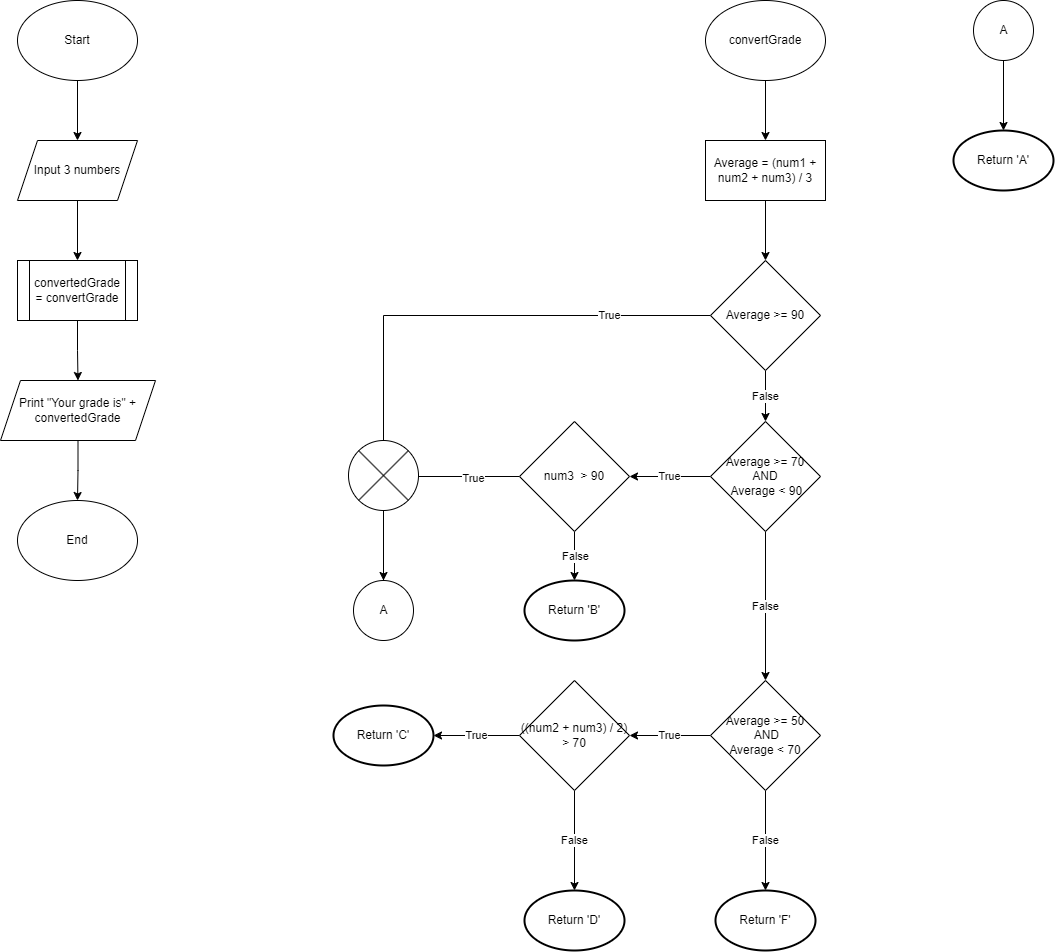
skaarfundgandr/CC-COMPPROG11 keeps this draw.io diagram as C Programming/grade_conversion/grade_conversion.drawio.png. Above is the earlier version. Source tidied: cells renumbered, new cells last; positions are measured from the earlier drawing's top-left corner, leaving out a move shared by most shapes.
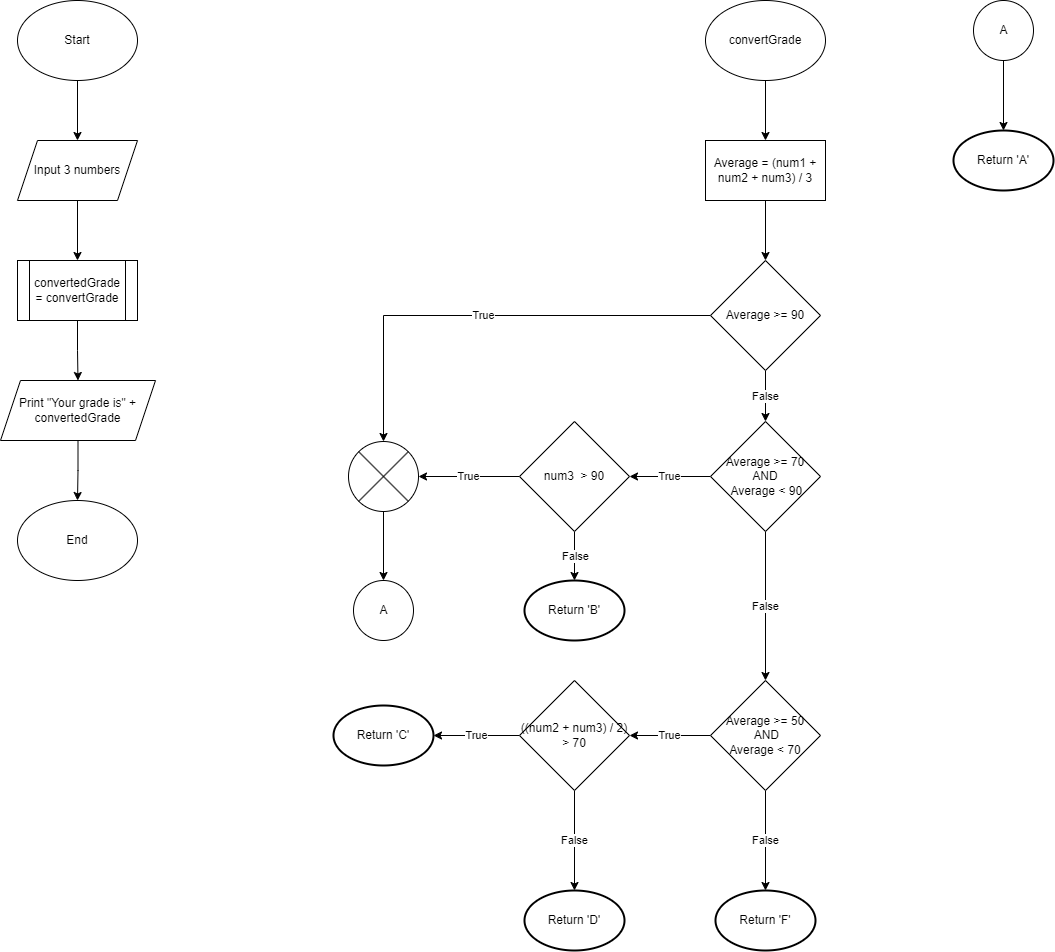
The same diagram one commit later.

The edit, as a diff of the source:
```diff
@@ -59,21 +59,14 @@
     <mxCell id="20" value="Average &amp;gt;= 50&lt;br&gt;&amp;nbsp;AND&lt;br&gt;Average &amp;lt; 70" style="rhombus;whiteSpace=wrap;html=1;" parent="1" vertex="1">
       <mxGeometry x="710" y="680" width="110" height="110" as="geometry" />
     </mxCell>
-    <mxCell id="21" style="edgeStyle=orthogonalEdgeStyle;rounded=0;jettySize=auto;html=1;entryX=0.5;entryY=1;entryDx=0;entryDy=0;entryPerimeter=0;" parent="1" edge="1" source="24" target="32">
-      <mxGeometry relative="1" as="geometry">
-        <Array as="points">
-          <mxPoint x="383" y="476" />
-        </Array>
-      </mxGeometry>
-    </mxCell>
-    <mxCell id="22" value="True" style="edgeLabel;html=1;align=center;verticalAlign=middle;" parent="21" vertex="1">
-      <mxGeometry x="-0.69" y="1" relative="1" as="geometry" />
-    </mxCell>
     <mxCell id="23" value="False" style="edgeStyle=orthogonalEdgeStyle;rounded=0;jettySize=auto;html=1;" parent="1" edge="1" source="24">
       <mxGeometry relative="1" as="geometry">
         <mxPoint x="574" y="580" as="targetPoint" />
       </mxGeometry>
     </mxCell>
+    <mxCell id="41" value="True" style="edgeStyle=orthogonalEdgeStyle;rounded=0;jettySize=auto;html=1;" parent="1" edge="1" source="24" target="40">
+      <mxGeometry relative="1" as="geometry" />
+    </mxCell>
     <mxCell id="24" value="num3&amp;nbsp; &amp;gt; 90" style="rhombus;whiteSpace=wrap;html=1;" parent="1" vertex="1">
       <mxGeometry x="519" y="421" width="110" height="110" as="geometry" />
     </mxCell>
@@ -89,12 +82,9 @@
     <mxCell id="28" value="False" style="edgeStyle=orthogonalEdgeStyle;rounded=0;jettySize=auto;html=1;" parent="1" edge="1" source="31" target="27">
       <mxGeometry relative="1" as="geometry" />
     </mxCell>
-    <mxCell id="29" style="edgeStyle=orthogonalEdgeStyle;rounded=0;jettySize=auto;html=1;" parent="1" edge="1" source="31" target="32">
-      <mxGeometry relative="1" as="geometry" />
-    </mxCell>
-    <mxCell id="30" value="True" style="edgeLabel;html=1;align=center;verticalAlign=middle;" parent="29" vertex="1">
-      <mxGeometry x="-0.65" y="-1" relative="1" as="geometry" />
-    </mxCell>
+    <mxCell id="42" value="True" style="edgeStyle=orthogonalEdgeStyle;rounded=0;jettySize=auto;html=1;" parent="1" edge="1" source="31" target="40">
+      <mxGeometry relative="1" as="geometry" />
+    </mxCell>
     <mxCell id="31" value="Average &amp;gt;= 90" style="rhombus;whiteSpace=wrap;html=1;" parent="1" vertex="1">
       <mxGeometry x="710" y="260" width="110" height="110" as="geometry" />
     </mxCell>
@@ -122,8 +112,11 @@
     <mxCell id="39" value="Return 'C'" style="strokeWidth=2;html=1;shape=mxgraph.flowchart.start_1;whiteSpace=wrap;" parent="1" vertex="1">
       <mxGeometry x="333" y="705" width="100" height="60" as="geometry" />
     </mxCell>
+    <mxCell id="43" style="edgeStyle=orthogonalEdgeStyle;rounded=0;jettySize=auto;html=1;" parent="1" edge="1" source="40" target="32">
+      <mxGeometry relative="1" as="geometry" />
+    </mxCell>
     <mxCell id="40" style="verticalLabelPosition=bottom;verticalAlign=top;html=1;shape=mxgraph.flowchart.or;" parent="1" vertex="1">
-      <mxGeometry x="348" y="440" width="70" height="70" as="geometry" />
+      <mxGeometry x="348" y="441" width="70" height="70" as="geometry" />
     </mxCell>
   </root>
 </mxGraphModel>
```
